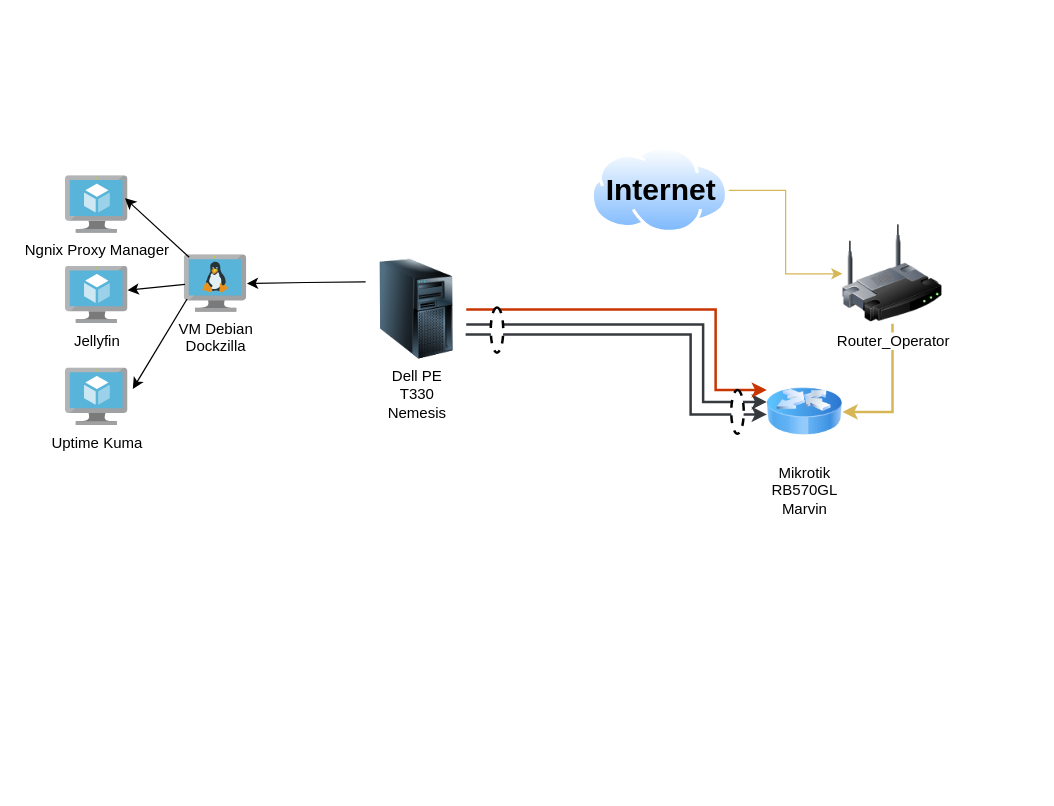
Earlier version of the draw.io diagram ProjetoNebula_Diagram0.drawio (jarmis0n/ProjetoNebula). Source tidied: cells renumbered, new cells numbered last; positions are measured from the earlier drawing's top-left corner, leaving out a move shared by most shapes. Both pictures are drawn from the tidied source at 125%, with x=0, y=0 at pixel (65, 146). Pictures stored in the file or linked from it are replaced by grey dashed boxes.
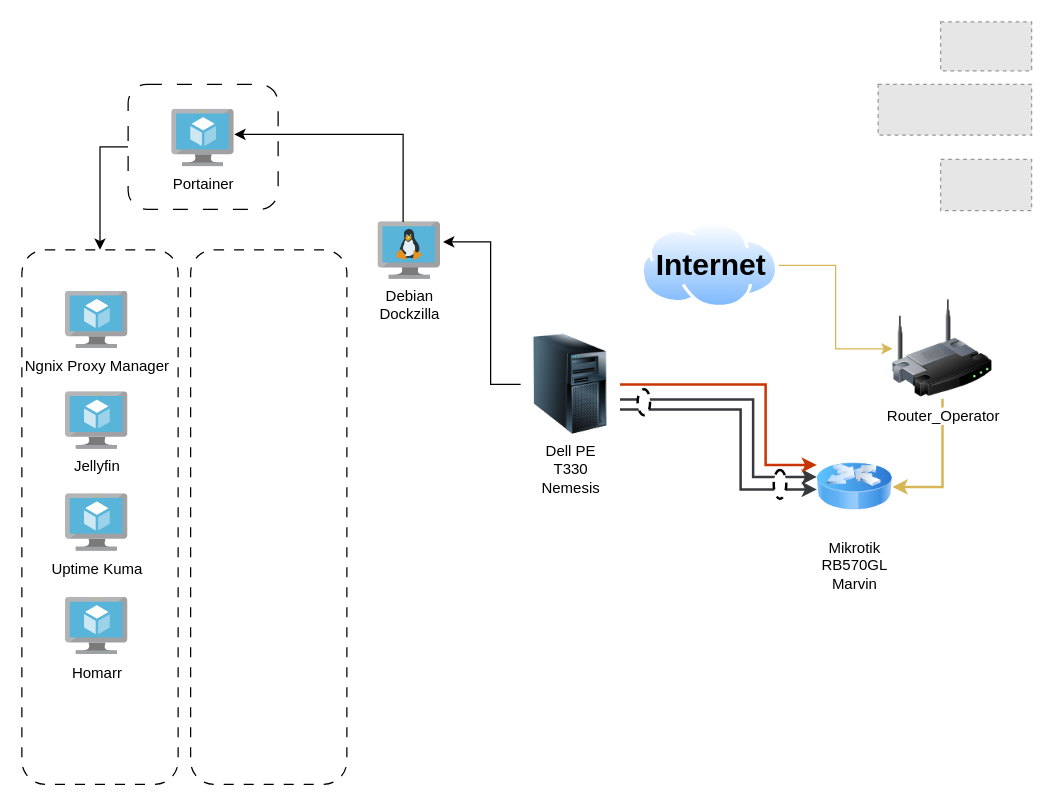
The same page after the edit.

What changed in the source:
```diff
@@
+    <mxCell id="22" style="edgeStyle=orthogonalEdgeStyle;rounded=0;jettySize=auto;html=1;exitX=0;exitY=0.5;exitDx=0;exitDy=0;entryX=0.5;entryY=0;entryDx=0;entryDy=0;" parent="1" edge="1" source="23" target="24">
+      <mxGeometry relative="1" as="geometry" />
+    </mxCell>
+    <mxCell id="23" style="rounded=1;whiteSpace=wrap;html=1;dashed=1;dashPattern=12 12;" parent="1" vertex="1">
+      <mxGeometry x="50" y="-50" width="120" height="100" as="geometry" />
+    </mxCell>
+    <mxCell id="24" style="rounded=1;whiteSpace=wrap;html=1;dashed=1;dashPattern=8 8;" parent="1" vertex="1">
+      <mxGeometry x="-35" y="82.3" width="125" height="427.7" as="geometry" />
+    </mxCell>
@@
     <mxCell id="3" style="image;perimeter=ellipsePerimeter;html=1;align=center;shadow=0;dashed=0;spacingTop=3;image=img/lib/active_directory/internet_cloud.svg;" parent="1" vertex="1">
-      <mxGeometry x="420.5" width="110" height="69.3" as="geometry" />
+      <mxGeometry x="460.5" y="60" width="110" height="69.3" as="geometry" />
     </mxCell>
@@
     <mxCell id="5" value="Router_Operator" style="image;html=1;image=img/lib/clip_art/networking/Wireless_Router_128x128.png;" parent="1" vertex="1">
-      <mxGeometry x="621.5" y="61.5" width="80" height="80" as="geometry" />
+      <mxGeometry x="661.5" y="121.5" width="80" height="80" as="geometry" />
     </mxCell>
     <mxCell id="6" value="&lt;div&gt;&lt;span style=&quot;text-wrap-mode: wrap;&quot;&gt;Mikrotik RB570GL&lt;/span&gt;&lt;/div&gt;&lt;div&gt;&lt;span style=&quot;text-wrap-mode: wrap;&quot;&gt;Marvin&lt;/span&gt;&lt;/div&gt;" style="image;html=1;image=img/lib/clip_art/networking/Router_Icon_128x128.png;" parent="1" vertex="1">
-      <mxGeometry x="561" y="177" width="60.5" height="70" as="geometry" />
+      <mxGeometry x="601" y="237" width="60.5" height="70" as="geometry" />
     </mxCell>
     <mxCell id="7" style="edgeStyle=orthogonalEdgeStyle;rounded=0;jettySize=auto;html=1;entryX=0;entryY=0.5;entryDx=0;entryDy=0;fillColor=#eeeeee;strokeColor=light-dark(#36393D,#F7FAFF);strokeWidth=2;" parent="1" edge="1" source="9">
       <mxGeometry relative="1" as="geometry">
-        <mxPoint x="561" y="204" as="targetPoint" />
+        <mxPoint x="601" y="264" as="targetPoint" />
         <Array as="points">
-          <mxPoint x="510" y="142" />
-          <mxPoint x="510" y="204" />
+          <mxPoint x="550" y="202" />
+          <mxPoint x="550" y="264" />
         </Array>
       </mxGeometry>
     </mxCell>
     <mxCell id="8" style="edgeStyle=orthogonalEdgeStyle;rounded=0;jettySize=auto;html=1;exitX=1;exitY=0.5;exitDx=0;exitDy=0;entryX=0;entryY=0.25;entryDx=0;entryDy=0;fillColor=#fa6800;strokeColor=#C73500;strokeWidth=2;" parent="1" edge="1" source="9" target="6">
       <mxGeometry relative="1" as="geometry">
         <Array as="points">
-          <mxPoint x="520" y="130" />
-          <mxPoint x="520" y="195" />
-          <mxPoint x="561" y="195" />
+          <mxPoint x="560" y="190" />
+          <mxPoint x="560" y="255" />
+          <mxPoint x="601" y="255" />
         </Array>
       </mxGeometry>
     </mxCell>
     <mxCell id="9" value="&lt;div&gt;&lt;span style=&quot;text-wrap-mode: wrap;&quot;&gt;Dell PE T330&lt;/span&gt;&lt;/div&gt;&lt;div&gt;&lt;span style=&quot;text-wrap-mode: wrap;&quot;&gt;Nemesis&lt;/span&gt;&lt;/div&gt;" style="image;html=1;image=img/lib/clip_art/computers/Server_Tower_128x128.png;" parent="1" vertex="1">
-      <mxGeometry x="241" y="90" width="79.5" height="80" as="geometry" />
+      <mxGeometry x="364" y="150" width="79.5" height="80" as="geometry" />
     </mxCell>
-    <mxCell id="10" style="edgeStyle=orthogonalEdgeStyle;rounded=0;orthogonalLoop=1;jettySize=auto;html=1;entryX=0;entryY=0.75;entryDx=0;entryDy=0;fillColor=#eeeeee;strokeColor=light-dark(#36393D,#F7FAFF);strokeWidth=2;" parent="1" edge="1">
+    <mxCell id="10" style="edgeStyle=orthogonalEdgeStyle;rounded=0;jettySize=auto;html=1;entryX=0;entryY=0.75;entryDx=0;entryDy=0;fillColor=#eeeeee;strokeColor=light-dark(#36393D,#F7FAFF);strokeWidth=2;" parent="1" edge="1" source="9">
       <mxGeometry relative="1" as="geometry">
-        <mxPoint x="320" y="150" as="sourcePoint" />
-        <mxPoint x="561" y="214" as="targetPoint" />
+        <mxPoint x="601" y="274" as="targetPoint" />
         <Array as="points">
-          <mxPoint x="500" y="150" />
-          <mxPoint x="500" y="214" />
+          <mxPoint x="540" y="210" />
+          <mxPoint x="540" y="274" />
         </Array>
       </mxGeometry>
     </mxCell>
     <mxCell id="11" value="&lt;font style=&quot;color: light-dark(rgb(0, 0, 0), rgb(0, 0, 0));&quot;&gt;Internet&lt;/font&gt;" style="text;strokeColor=none;fillColor=none;html=1;fontSize=24;fontStyle=1;verticalAlign=middle;align=center;" parent="1" vertex="1">
-      <mxGeometry x="440.8" y="22.3" width="69.5" height="24.6" as="geometry" />
+      <mxGeometry x="480.8" y="82.3" width="69.5" height="24.6" as="geometry" />
     </mxCell>
-    <mxCell id="12" value="VM Debian&lt;br&gt;Dockzilla" style="image;sketch=0;html=1;points=[];align=center;fontSize=12;image=img/lib/mscae/VM_Linux.svg;" parent="1" vertex="1">
-      <mxGeometry x="95" y="86.3" width="50" height="46" as="geometry" />
+    <mxCell id="12" value="Debian&lt;br&gt;Dockzilla" style="image;sketch=0;html=1;points=[];align=center;fontSize=12;image=img/lib/mscae/VM_Linux.svg;" parent="1" vertex="1">
+      <mxGeometry x="250" y="60" width="50" height="46" as="geometry" />
     </mxCell>
-    <mxCell id="13" style="edgeStyle=orthogonalEdgeStyle;rounded=0;jettySize=auto;html=1;shape=wire;" parent="1" edge="1" target="12">
+    <mxCell id="13" style="edgeStyle=orthogonalEdgeStyle;rounded=0;jettySize=auto;html=1;shape=wire;entryX=1.04;entryY=0.348;entryDx=0;entryDy=0;entryPerimeter=0;" parent="1" edge="1" source="9" target="12">
       <mxGeometry relative="1" as="geometry">
-        <mxPoint x="240" y="108" as="sourcePoint" />
+        <Array as="points">
+          <mxPoint x="340" y="190" />
+          <mxPoint x="340" y="76" />
+        </Array>
       </mxGeometry>
     </mxCell>
     <mxCell id="14" value="&lt;font&gt;Ngnix Proxy Manager&lt;/font&gt;" style="image;sketch=0;html=1;points=[];align=center;fontSize=12;image=img/lib/mscae/Virtual_Machine.svg;" parent="1" vertex="1">
-      <mxGeometry y="23.2" width="50" height="46" as="geometry" />
+      <mxGeometry y="115.5" width="50" height="46" as="geometry" />
     </mxCell>
     <mxCell id="15" value="&lt;font&gt;Jellyfin&lt;/font&gt;" style="image;sketch=0;html=1;points=[];align=center;fontSize=12;image=img/lib/mscae/Virtual_Machine.svg;" parent="1" vertex="1">
-      <mxGeometry y="95.5" width="50" height="46" as="geometry" />
+      <mxGeometry y="196" width="50" height="46" as="geometry" />
     </mxCell>
     <mxCell id="16" value="&lt;font&gt;Uptime Kuma&lt;/font&gt;" style="image;sketch=0;html=1;points=[];align=center;fontSize=12;image=img/lib/mscae/Virtual_Machine.svg;" parent="1" vertex="1">
-      <mxGeometry y="177" width="50" height="46" as="geometry" />
+      <mxGeometry y="277.5" width="50" height="46" as="geometry" />
     </mxCell>
-    <mxCell id="17" style="endArrow=classic;html=1;rounded=0;entryX=0.992;entryY=0.417;entryDx=0;entryDy=0;entryPerimeter=0;exitX=0.01;exitY=0.515;exitDx=0;exitDy=0;exitPerimeter=0;" parent="1" edge="1" source="12" target="15">
-      <mxGeometry relative="1" as="geometry" />
-    </mxCell>
-    <mxCell id="18" style="endArrow=classic;html=1;rounded=0;entryX=1.075;entryY=0.362;entryDx=0;entryDy=0;entryPerimeter=0;exitX=0.043;exitY=0.769;exitDx=0;exitDy=0;exitPerimeter=0;" parent="1" edge="1" source="12" target="16">
-      <mxGeometry relative="1" as="geometry" />
-    </mxCell>
-    <mxCell id="19" style="endArrow=classic;html=1;rounded=0;entryX=0.95;entryY=0.389;entryDx=0;entryDy=0;entryPerimeter=0;exitX=0.077;exitY=0.044;exitDx=0;exitDy=0;exitPerimeter=0;" parent="1" edge="1" source="12" target="14">
-      <mxGeometry relative="1" as="geometry" />
-    </mxCell>
     <mxCell id="20" style="ellipse;whiteSpace=wrap;html=1;dashed=1;strokeWidth=2;rotation=-90;" parent="1" vertex="1">
-      <mxGeometry x="520" y="207" width="35" height="10" as="geometry" />
+      <mxGeometry x="560" y="265" width="23" height="10" as="geometry" />
     </mxCell>
     <mxCell id="21" style="ellipse;whiteSpace=wrap;html=1;dashed=1;strokeWidth=2;rotation=-90;" parent="1" vertex="1">
-      <mxGeometry x="327" y="141.5" width="36.2" height="10" as="geometry" />
+      <mxGeometry x="452.2" y="199.2" width="20.8" height="10" as="geometry" />
     </mxCell>
+    <mxCell id="25" value="Portainer" style="image;sketch=0;html=1;align=center;fontSize=12;image=img/lib/mscae/Virtual_Machine.svg;" parent="1" vertex="1">
+      <mxGeometry x="85" y="-30" width="50" height="46" as="geometry" />
+    </mxCell>
+    <mxCell id="26" style="edgeStyle=orthogonalEdgeStyle;rounded=0;jettySize=auto;html=1;entryX=1.02;entryY=0.435;entryDx=0;entryDy=0;entryPerimeter=0;exitX=0.4;exitY=0;exitDx=0;exitDy=0;exitPerimeter=0;" parent="1" edge="1" source="12">
+      <mxGeometry relative="1" as="geometry">
+        <mxPoint x="135" y="-10" as="targetPoint" />
+        <Array as="points">
+          <mxPoint x="270" y="-10" />
+        </Array>
+      </mxGeometry>
+    </mxCell>
+    <mxCell id="27" value="&lt;font&gt;Homarr&lt;/font&gt;" style="image;sketch=0;html=1;align=center;fontSize=12;image=img/lib/mscae/Virtual_Machine.svg;" parent="1" vertex="1">
+      <mxGeometry y="360.5" width="50" height="46" as="geometry" />
+    </mxCell>
+    <mxCell id="28" style="rounded=1;whiteSpace=wrap;html=1;dashed=1;dashPattern=8 8;" parent="1" vertex="1">
+      <mxGeometry x="100" y="82.3" width="125" height="427.7" as="geometry" />
+    </mxCell>
+    <mxCell id="29" style="fillColor=#E6E6E6;strokeColor=#999999;dashed=1;verticalLabelPosition=bottom;labelBackgroundColor=default;verticalAlign=top;" parent="1" vertex="1">
+      <mxGeometry x="650" y="-50" width="122.8" height="40.6" as="geometry" />
+    </mxCell>
+    <mxCell id="30" style="fillColor=#E6E6E6;strokeColor=#999999;dashed=1;verticalLabelPosition=bottom;labelBackgroundColor=default;verticalAlign=top;" parent="1" vertex="1">
+      <mxGeometry x="700" y="-100" width="72.8" height="39.2" as="geometry" />
+    </mxCell>
+    <mxCell id="31" style="fillColor=#E6E6E6;strokeColor=#999999;dashed=1;verticalLabelPosition=bottom;labelBackgroundColor=default;verticalAlign=top;" parent="1" vertex="1">
+      <mxGeometry x="700" y="10" width="72.8" height="40.9" as="geometry" />
+    </mxCell>
```
